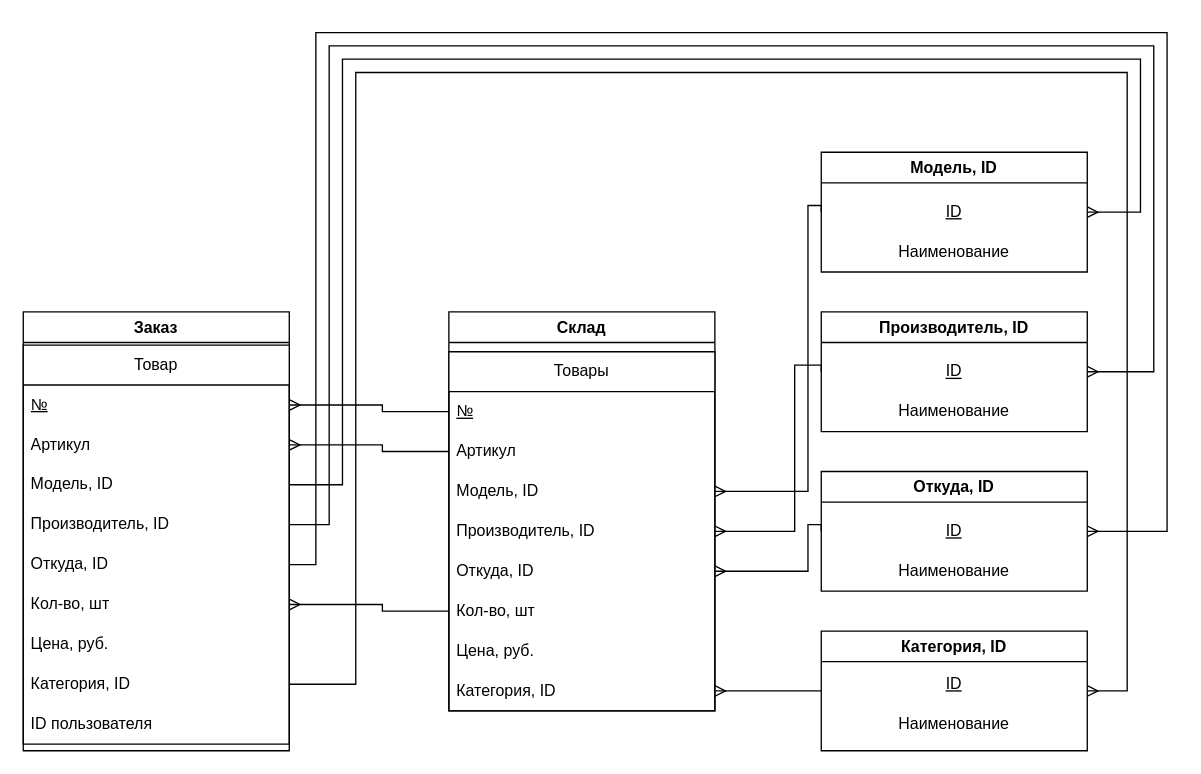
Earlier version of the draw.io diagram Схема_1.drawio (Deviant1407/Info-Security-and-Data-Base). Source tidied: cells renumbered, new cells numbered last; positions are measured from the earlier drawing's top-left corner, leaving out a move shared by most shapes. Both pictures are drawn from the tidied source at 133%, with x=0, y=0 at pixel (23, 32).
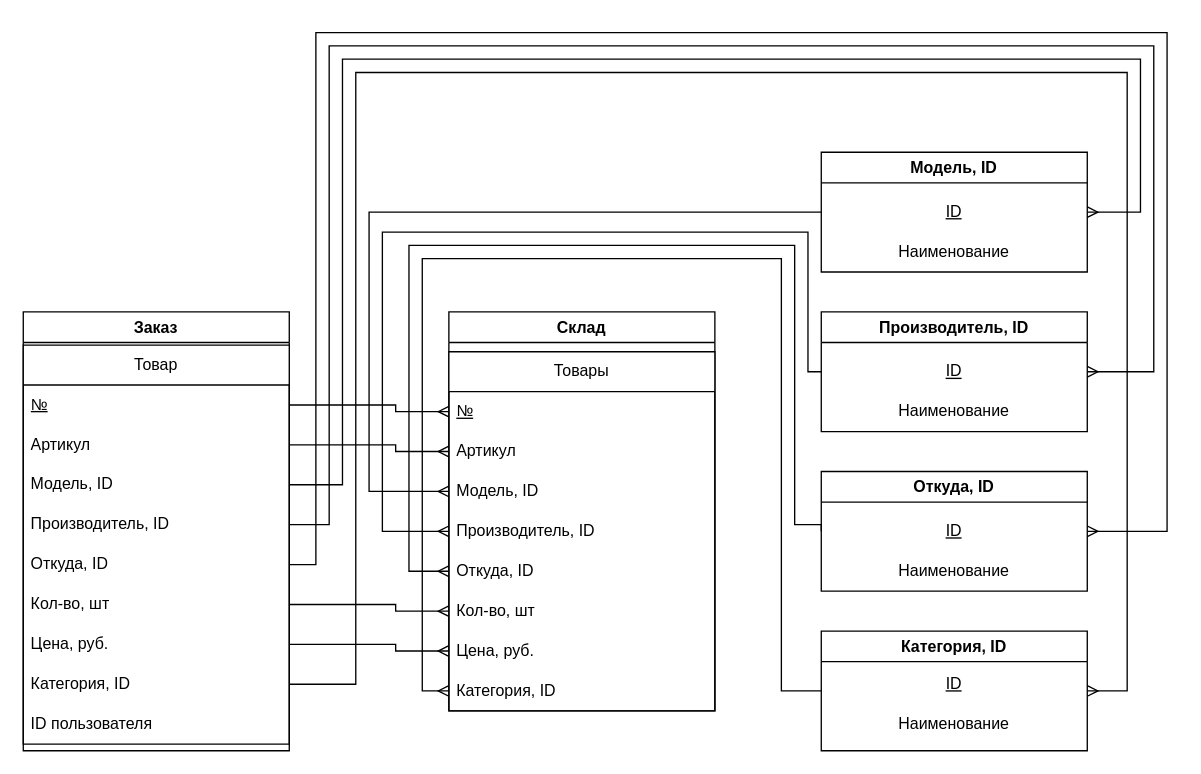
The same page after the edit.

Unchanged cells that the change refers to:
```xml
<mxCell id="2" value="Категория, ID" style="swimlane;whiteSpace=wrap;html=1;" parent="1" vertex="1">
  <mxGeometry x="600" y="450" width="200" height="90" as="geometry" />
</mxCell>
<mxCell id="5" value="Модель, ID" style="swimlane;whiteSpace=wrap;html=1;startSize=23;" parent="1" vertex="1">
  <mxGeometry x="600" y="90" width="200" height="90" as="geometry" />
</mxCell>
<mxCell id="8" value="Производитель, ID" style="swimlane;whiteSpace=wrap;html=1;" parent="1" vertex="1">
  <mxGeometry x="600" y="210" width="200" height="90" as="geometry" />
</mxCell>
<mxCell id="11" value="Откуда, ID" style="swimlane;whiteSpace=wrap;html=1;" parent="1" vertex="1">
  <mxGeometry x="600" y="330" width="200" height="90" as="geometry" />
</mxCell>
<mxCell id="16" value="&lt;u&gt;№&lt;/u&gt;" style="text;strokeColor=none;fillColor=none;align=left;verticalAlign=middle;spacingLeft=4;spacingRight=4;overflow=hidden;points=[[0,0.5],[1,0.5]];portConstraint=eastwest;whiteSpace=wrap;html=1;" parent="15" vertex="1">
  <mxGeometry y="30" width="200" height="30" as="geometry" />
</mxCell>
<mxCell id="17" value="Артикул" style="text;strokeColor=none;fillColor=none;align=left;verticalAlign=middle;spacingLeft=4;spacingRight=4;overflow=hidden;points=[[0,0.5],[1,0.5]];portConstraint=eastwest;whiteSpace=wrap;html=1;" parent="15" vertex="1">
  <mxGeometry y="60" width="200" height="30" as="geometry" />
</mxCell>
<mxCell id="18" value="Модель, ID" style="text;strokeColor=none;fillColor=none;align=left;verticalAlign=middle;spacingLeft=4;spacingRight=4;overflow=hidden;points=[[0,0.5],[1,0.5]];portConstraint=eastwest;whiteSpace=wrap;html=1;" parent="15" vertex="1">
  <mxGeometry y="90" width="200" height="30" as="geometry" />
</mxCell>
<mxCell id="19" value="Производитель, ID" style="text;strokeColor=none;fillColor=none;align=left;verticalAlign=middle;spacingLeft=4;spacingRight=4;overflow=hidden;points=[[0,0.5],[1,0.5]];portConstraint=eastwest;whiteSpace=wrap;html=1;" parent="15" vertex="1">
  <mxGeometry y="120" width="200" height="30" as="geometry" />
</mxCell>
<mxCell id="20" value="Откуда, ID" style="text;strokeColor=none;fillColor=none;align=left;verticalAlign=middle;spacingLeft=4;spacingRight=4;overflow=hidden;points=[[0,0.5],[1,0.5]];portConstraint=eastwest;whiteSpace=wrap;html=1;" parent="15" vertex="1">
  <mxGeometry y="150" width="200" height="30" as="geometry" />
</mxCell>
<mxCell id="21" value="Кол-во, шт" style="text;strokeColor=none;fillColor=none;align=left;verticalAlign=middle;spacingLeft=4;spacingRight=4;overflow=hidden;points=[[0,0.5],[1,0.5]];portConstraint=eastwest;whiteSpace=wrap;html=1;" parent="15" vertex="1">
  <mxGeometry y="180" width="200" height="30" as="geometry" />
</mxCell>
<mxCell id="22" value="Цена, руб." style="text;strokeColor=none;fillColor=none;align=left;verticalAlign=middle;spacingLeft=4;spacingRight=4;overflow=hidden;points=[[0,0.5],[1,0.5]];portConstraint=eastwest;whiteSpace=wrap;html=1;" parent="15" vertex="1">
  <mxGeometry y="210" width="200" height="30" as="geometry" />
</mxCell>
<mxCell id="23" value="Категория, ID" style="text;strokeColor=none;fillColor=none;align=left;verticalAlign=middle;spacingLeft=4;spacingRight=4;overflow=hidden;points=[[0,0.5],[1,0.5]];portConstraint=eastwest;whiteSpace=wrap;html=1;" parent="15" vertex="1">
  <mxGeometry y="240" width="200" height="30" as="geometry" />
</mxCell>
<mxCell id="30" value="&lt;u&gt;№&lt;/u&gt;" style="text;strokeColor=none;fillColor=none;align=left;verticalAlign=middle;spacingLeft=4;spacingRight=4;overflow=hidden;points=[[0,0.5],[1,0.5]];portConstraint=eastwest;whiteSpace=wrap;html=1;" parent="29" vertex="1">
  <mxGeometry y="30" width="200" height="30" as="geometry" />
</mxCell>
<mxCell id="31" value="Артикул" style="text;strokeColor=none;fillColor=none;align=left;verticalAlign=middle;spacingLeft=4;spacingRight=4;overflow=hidden;points=[[0,0.5],[1,0.5]];portConstraint=eastwest;whiteSpace=wrap;html=1;" parent="29" vertex="1">
  <mxGeometry y="60" width="200" height="30" as="geometry" />
</mxCell>
<mxCell id="35" value="Кол-во, шт" style="text;strokeColor=none;fillColor=none;align=left;verticalAlign=middle;spacingLeft=4;spacingRight=4;overflow=hidden;points=[[0,0.5],[1,0.5]];portConstraint=eastwest;whiteSpace=wrap;html=1;" parent="29" vertex="1">
  <mxGeometry y="180" width="200" height="30" as="geometry" />
</mxCell>
<mxCell id="36" value="Цена, руб." style="text;strokeColor=none;fillColor=none;align=left;verticalAlign=middle;spacingLeft=4;spacingRight=4;overflow=hidden;points=[[0,0.5],[1,0.5]];portConstraint=eastwest;whiteSpace=wrap;html=1;" parent="29" vertex="1">
  <mxGeometry y="210" width="200" height="30" as="geometry" />
</mxCell>
```

The edit, as a diff of the source:
```diff
@@
-    <mxCell id="24" style="fontSize=12;html=1;endArrow=ERmany;rounded=0;entryX=1;entryY=0.5;entryDx=0;entryDy=0;exitX=0;exitY=0.5;exitDx=0;exitDy=0;edgeStyle=orthogonalEdgeStyle;" parent="1" edge="1" source="5" target="18">
+    <mxCell id="24" style="fontSize=12;html=1;endArrow=ERmany;rounded=0;entryX=0;entryY=0.5;entryDx=0;entryDy=0;exitX=0;exitY=0.5;exitDx=0;exitDy=0;edgeStyle=orthogonalEdgeStyle;" parent="1" edge="1" source="5" target="18">
       <mxGeometry relative="1" as="geometry">
         <Array as="points">
-          <mxPoint x="590" y="130" />
-          <mxPoint x="590" y="345" />
+          <mxPoint x="260" y="135" />
+          <mxPoint x="260" y="345" />
         </Array>
       </mxGeometry>
     </mxCell>
-    <mxCell id="25" style="fontSize=12;html=1;endArrow=ERmany;rounded=0;exitX=0;exitY=0.5;exitDx=0;exitDy=0;entryX=1;entryY=0.5;entryDx=0;entryDy=0;edgeStyle=orthogonalEdgeStyle;" parent="1" edge="1" source="8" target="19">
+    <mxCell id="25" style="fontSize=12;html=1;endArrow=ERmany;rounded=0;exitX=0;exitY=0.5;exitDx=0;exitDy=0;entryX=0;entryY=0.5;entryDx=0;entryDy=0;edgeStyle=orthogonalEdgeStyle;" parent="1" edge="1" source="8" target="19">
       <mxGeometry relative="1" as="geometry">
         <Array as="points">
-          <mxPoint x="580" y="250" />
-          <mxPoint x="580" y="375" />
+          <mxPoint x="590" y="255" />
+          <mxPoint x="590" y="150" />
+          <mxPoint x="270" y="150" />
+          <mxPoint x="270" y="375" />
         </Array>
       </mxGeometry>
     </mxCell>
-    <mxCell id="26" style="edgeStyle=orthogonalEdgeStyle;fontSize=12;html=1;endArrow=ERmany;rounded=0;exitX=0;exitY=0.5;exitDx=0;exitDy=0;entryX=1;entryY=0.5;entryDx=0;entryDy=0;" parent="1" edge="1" source="11" target="20">
+    <mxCell id="26" style="edgeStyle=orthogonalEdgeStyle;fontSize=12;html=1;endArrow=ERmany;rounded=0;exitX=0;exitY=0.5;exitDx=0;exitDy=0;entryX=0;entryY=0.5;entryDx=0;entryDy=0;" parent="1" edge="1" source="11" target="20">
       <mxGeometry relative="1" as="geometry">
         <Array as="points">
-          <mxPoint x="590" y="370" />
-          <mxPoint x="590" y="405" />
+          <mxPoint x="600" y="370" />
+          <mxPoint x="580" y="370" />
+          <mxPoint x="580" y="160" />
+          <mxPoint x="290" y="160" />
+          <mxPoint x="290" y="405" />
         </Array>
       </mxGeometry>
     </mxCell>
-    <mxCell id="27" style="edgeStyle=orthogonalEdgeStyle;fontSize=12;html=1;endArrow=ERmany;rounded=0;entryX=1;entryY=0.5;entryDx=0;entryDy=0;exitX=0;exitY=0.5;exitDx=0;exitDy=0;" parent="1" edge="1" source="2" target="23">
+    <mxCell id="27" style="edgeStyle=orthogonalEdgeStyle;fontSize=12;html=1;endArrow=ERmany;rounded=0;entryX=0;entryY=0.5;entryDx=0;entryDy=0;exitX=0;exitY=0.5;exitDx=0;exitDy=0;" parent="1" edge="1" source="2" target="23">
       <mxGeometry relative="1" as="geometry">
         <Array as="points">
-          <mxPoint x="560" y="495" />
-          <mxPoint x="560" y="495" />
+          <mxPoint x="570" y="495" />
+          <mxPoint x="570" y="170" />
+          <mxPoint x="300" y="170" />
+          <mxPoint x="300" y="495" />
         </Array>
       </mxGeometry>
     </mxCell>
@@
-    <mxCell id="43" style="edgeStyle=orthogonalEdgeStyle;fontSize=12;html=1;endArrow=ERmany;rounded=0;exitX=0;exitY=0.5;exitDx=0;exitDy=0;entryX=1;entryY=0.5;entryDx=0;entryDy=0;" parent="1" edge="1" source="17" target="31">
-      <mxGeometry relative="1" as="geometry">
-        <Array as="points">
-          <mxPoint x="270" y="315" />
-          <mxPoint x="270" y="310" />
-        </Array>
-      </mxGeometry>
-    </mxCell>
-    <mxCell id="44" style="edgeStyle=orthogonalEdgeStyle;fontSize=12;html=1;endArrow=ERmany;rounded=0;exitX=0;exitY=0.5;exitDx=0;exitDy=0;entryX=1;entryY=0.5;entryDx=0;entryDy=0;" parent="1" edge="1" source="16" target="30">
-      <mxGeometry relative="1" as="geometry">
-        <Array as="points">
-          <mxPoint x="270" y="285" />
-          <mxPoint x="270" y="280" />
-        </Array>
-      </mxGeometry>
-    </mxCell>
-    <mxCell id="45" style="edgeStyle=orthogonalEdgeStyle;fontSize=12;html=1;endArrow=ERmany;rounded=0;exitX=0;exitY=0.5;exitDx=0;exitDy=0;entryX=1;entryY=0.5;entryDx=0;entryDy=0;" parent="1" edge="1" source="21" target="35">
-      <mxGeometry relative="1" as="geometry">
-        <Array as="points">
-          <mxPoint x="270" y="435" />
-          <mxPoint x="270" y="430" />
-        </Array>
-      </mxGeometry>
-    </mxCell>
+    <mxCell id="46" style="edgeStyle=orthogonalEdgeStyle;fontSize=12;html=1;endArrow=ERmany;rounded=0;exitX=1;exitY=0.5;exitDx=0;exitDy=0;entryX=0;entryY=0.5;entryDx=0;entryDy=0;" parent="1" edge="1" source="30" target="16">
+      <mxGeometry relative="1" as="geometry">
+        <Array as="points">
+          <mxPoint x="280" y="280" />
+          <mxPoint x="280" y="285" />
+        </Array>
+      </mxGeometry>
+    </mxCell>
+    <mxCell id="47" style="edgeStyle=orthogonalEdgeStyle;fontSize=12;html=1;endArrow=ERmany;rounded=0;exitX=1;exitY=0.5;exitDx=0;exitDy=0;entryX=0;entryY=0.5;entryDx=0;entryDy=0;" parent="1" edge="1" source="31" target="17">
+      <mxGeometry relative="1" as="geometry">
+        <Array as="points">
+          <mxPoint x="280" y="310" />
+          <mxPoint x="280" y="315" />
+        </Array>
+      </mxGeometry>
+    </mxCell>
+    <mxCell id="48" style="edgeStyle=orthogonalEdgeStyle;fontSize=12;html=1;endArrow=ERmany;rounded=0;exitX=1;exitY=0.5;exitDx=0;exitDy=0;entryX=0;entryY=0.5;entryDx=0;entryDy=0;" parent="1" edge="1" source="35" target="21">
+      <mxGeometry relative="1" as="geometry">
+        <Array as="points">
+          <mxPoint x="280" y="430" />
+          <mxPoint x="280" y="435" />
+        </Array>
+      </mxGeometry>
+    </mxCell>
+    <mxCell id="49" style="edgeStyle=orthogonalEdgeStyle;fontSize=12;html=1;endArrow=ERmany;rounded=0;exitX=1;exitY=0.5;exitDx=0;exitDy=0;entryX=0;entryY=0.5;entryDx=0;entryDy=0;" parent="1" edge="1" source="36" target="22">
+      <mxGeometry relative="1" as="geometry">
+        <Array as="points">
+          <mxPoint x="280" y="460" />
+          <mxPoint x="280" y="465" />
+        </Array>
+      </mxGeometry>
+    </mxCell>
```
